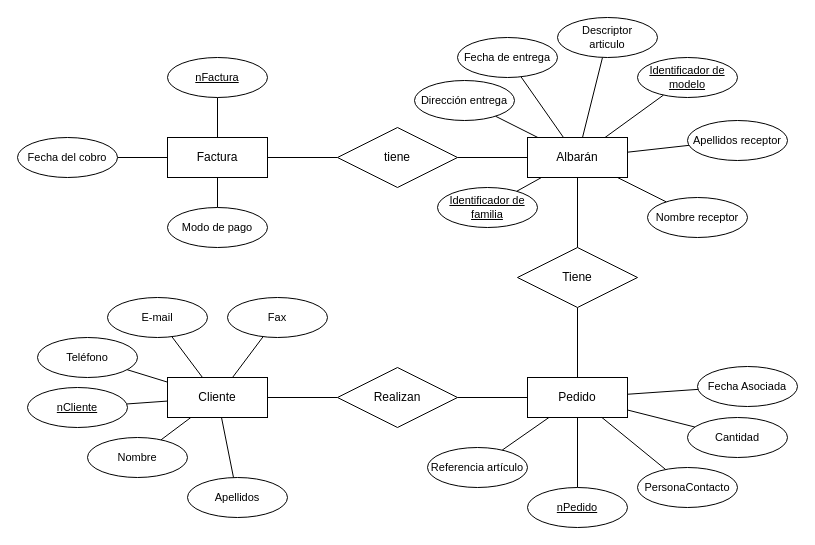
Earlier version of the draw.io diagram page "Ejercicio 3" (2 of 3) of task2U5_MarcosZahonero.drawio (Maek0s/1DAM_Databases). Source tidied: cells renumbered, new cells numbered last; positions are measured from the earlier drawing's top-left corner, leaving out a move shared by most shapes. Both pictures are drawn from the tidied source at 100%, with x=0, y=0 at pixel (17, 17).
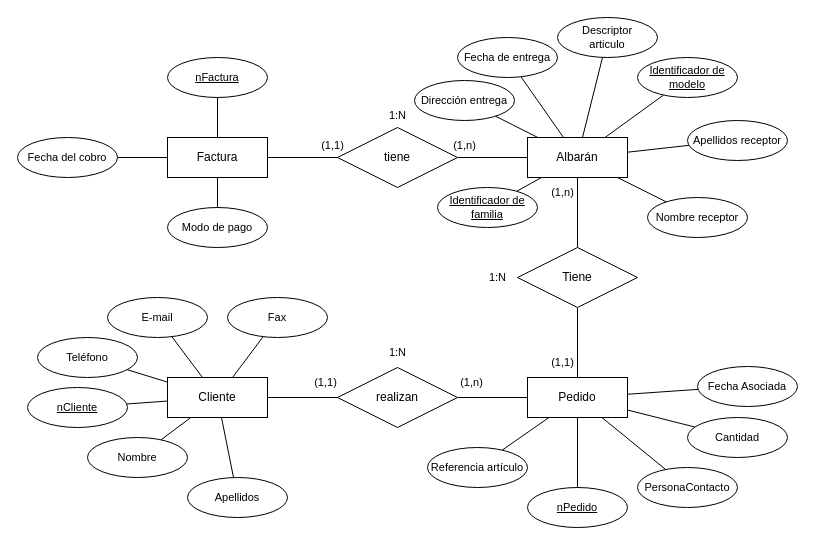
Above is the later version.

Diff of the diagram source:
```diff
@@
-    <mxCell id="13" value="Realizan" style="shape=rhombus;perimeter=rhombusPerimeter;whiteSpace=wrap;html=1;align=center;" parent="1" vertex="1">
+    <mxCell id="13" value="realizan" style="shape=rhombus;perimeter=rhombusPerimeter;whiteSpace=wrap;html=1;align=center;" parent="1" vertex="1">
       <mxGeometry x="320" y="350" width="120" height="60" as="geometry" />
     </mxCell>
@@
+    <mxCell id="57" value="(1,1)" style="text;html=1;align=center;verticalAlign=middle;strokeColor=none;fillColor=none;fontSize=11;fontFamily=Helvetica;fontColor=default;" parent="1" vertex="1">
+      <mxGeometry x="283" y="350" width="50" height="30" as="geometry" />
+    </mxCell>
+    <mxCell id="58" value="(1,n)" style="text;html=1;align=center;verticalAlign=middle;strokeColor=none;fillColor=none;fontSize=11;fontFamily=Helvetica;fontColor=default;" parent="1" vertex="1">
+      <mxGeometry x="429" y="350" width="50" height="30" as="geometry" />
+    </mxCell>
+    <mxCell id="59" value="1:N" style="text;html=1;align=center;verticalAlign=middle;strokeColor=none;fillColor=none;fontSize=11;fontFamily=Helvetica;fontColor=default;" parent="1" vertex="1">
+      <mxGeometry x="360" y="320" width="40" height="30" as="geometry" />
+    </mxCell>
+    <mxCell id="60" value="(1,1)" style="text;html=1;align=center;verticalAlign=middle;strokeColor=none;fillColor=none;fontSize=11;fontFamily=Helvetica;fontColor=default;" parent="1" vertex="1">
+      <mxGeometry x="520" y="330" width="50" height="30" as="geometry" />
+    </mxCell>
+    <mxCell id="61" value="(1,n)" style="text;html=1;align=center;verticalAlign=middle;strokeColor=none;fillColor=none;fontSize=11;fontFamily=Helvetica;fontColor=default;" parent="1" vertex="1">
+      <mxGeometry x="520" y="160" width="50" height="30" as="geometry" />
+    </mxCell>
+    <mxCell id="62" value="(1,n)" style="text;html=1;align=center;verticalAlign=middle;strokeColor=none;fillColor=none;fontSize=11;fontFamily=Helvetica;fontColor=default;" parent="1" vertex="1">
+      <mxGeometry x="422" y="113" width="50" height="30" as="geometry" />
+    </mxCell>
+    <mxCell id="63" value="(1,1)" style="text;html=1;align=center;verticalAlign=middle;strokeColor=none;fillColor=none;fontSize=11;fontFamily=Helvetica;fontColor=default;" parent="1" vertex="1">
+      <mxGeometry x="290" y="113" width="50" height="30" as="geometry" />
+    </mxCell>
+    <mxCell id="64" value="1:N" style="text;html=1;align=center;verticalAlign=middle;strokeColor=none;fillColor=none;fontSize=11;fontFamily=Helvetica;fontColor=default;" parent="1" vertex="1">
+      <mxGeometry x="360" y="83" width="40" height="30" as="geometry" />
+    </mxCell>
+    <mxCell id="65" value="1:N" style="text;html=1;align=center;verticalAlign=middle;strokeColor=none;fillColor=none;fontSize=11;fontFamily=Helvetica;fontColor=default;" parent="1" vertex="1">
+      <mxGeometry x="460" y="245" width="40" height="30" as="geometry" />
+    </mxCell>
```
